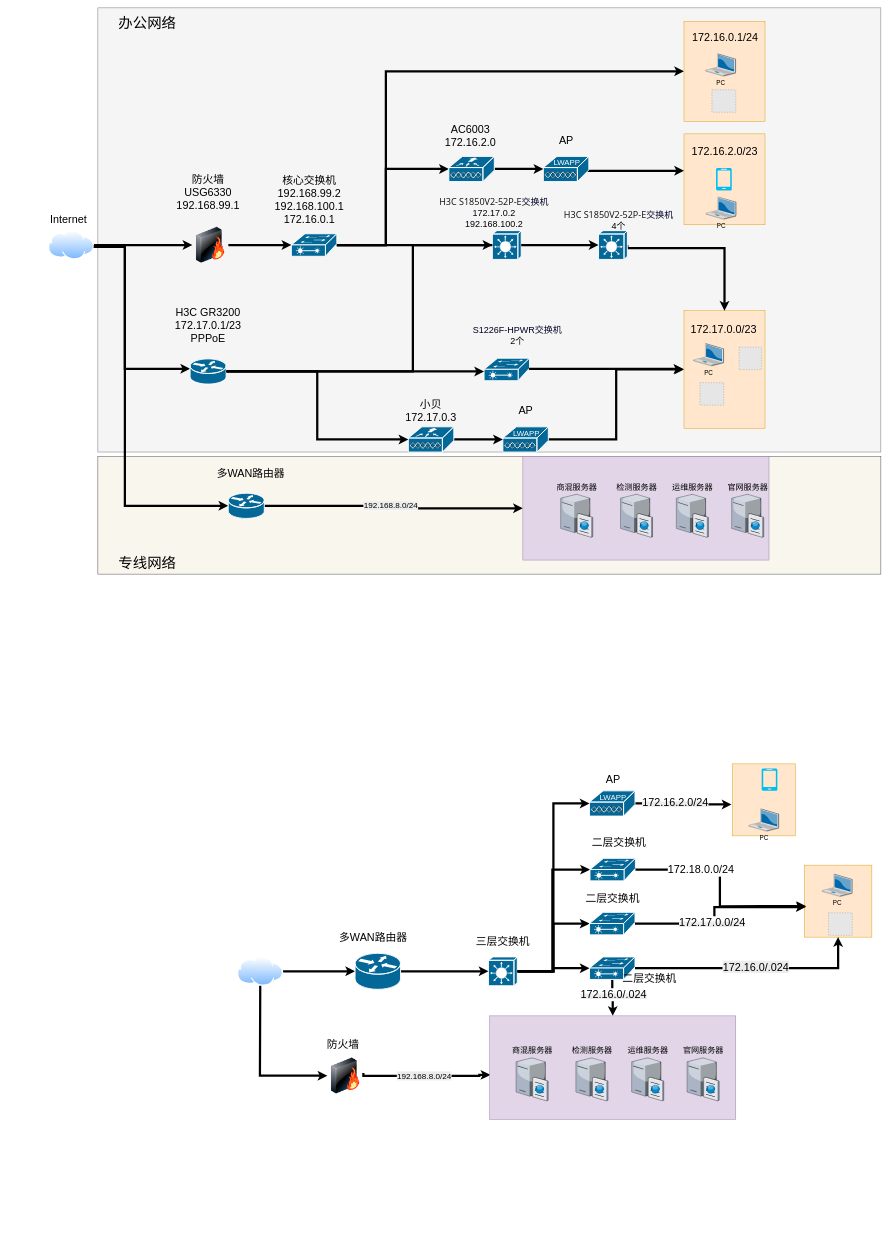
Above: 未命名绘图.drawio in NewStart2019/cardiac-segmentation (draw.io), before the change. Source tidied: cells renumbered, new cells numbered last; positions are measured from the earlier drawing's top-left corner, leaving out a move shared by most shapes. Both pictures are drawn from the tidied source at 45%, with x=0, y=0 at pixel (48, 8). Pictures stored in the file or linked from it are replaced by grey dashed boxes.
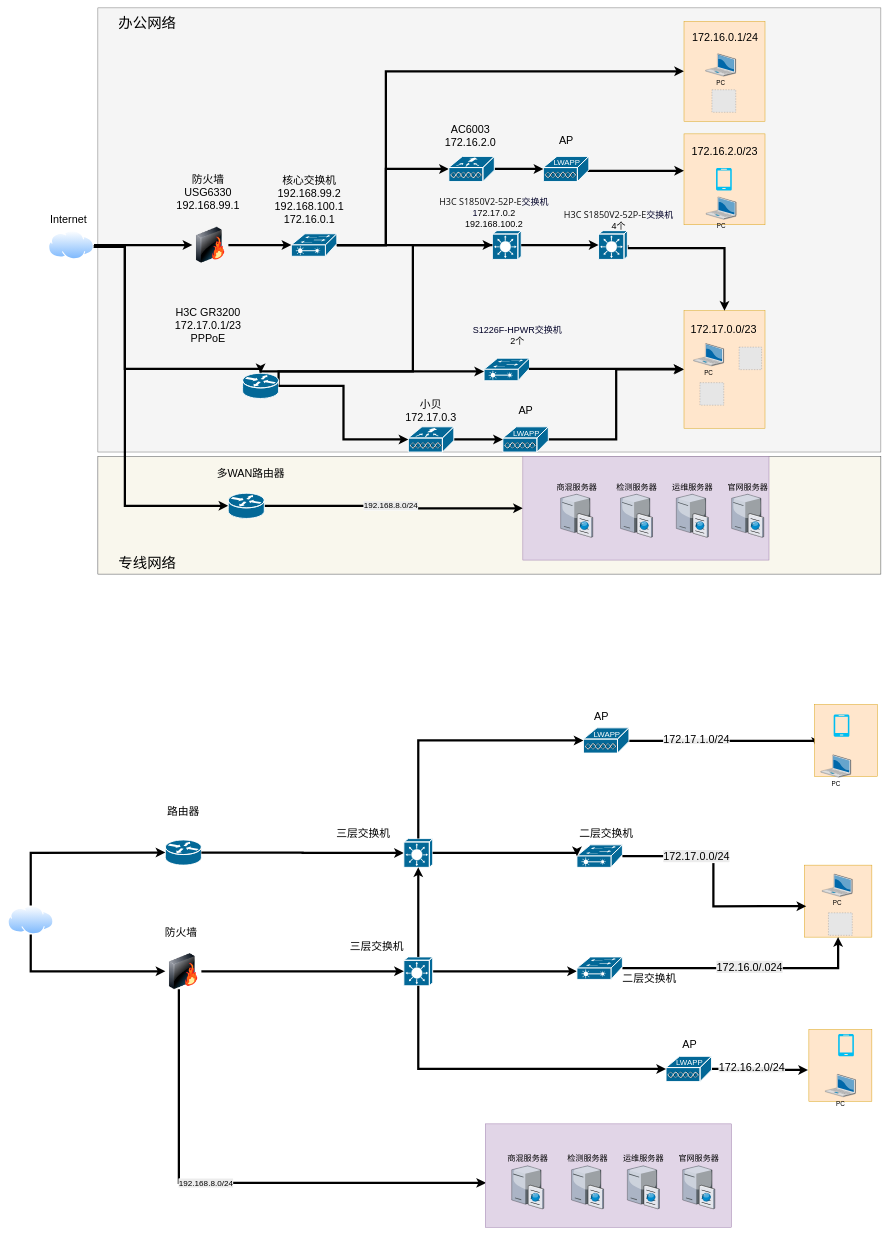
The same page after the edit.

Commit message:
未命名绘图.drawio

The change refers to these unchanged cells:
```xml
<mxCell id="41" style="whiteSpace=wrap;html=1;fillColor=#ffe6cc;strokeColor=#d79b00;" parent="1" vertex="1">
  <mxGeometry x="1680" y="1905" width="150" height="160" as="geometry" />
</mxCell>
<mxCell id="77" style="edgeStyle=orthogonalEdgeStyle;rounded=0;jettySize=auto;html=1;entryX=0.028;entryY=0.571;entryDx=0;entryDy=0;entryPerimeter=0;strokeWidth=5;" parent="1" edge="1" source="73" target="41">
  <mxGeometry relative="1" as="geometry" />
</mxCell>
```

Change to the diagram source:
```diff
@@
-    <mxCell id="35" style="edgeStyle=orthogonalEdgeStyle;rounded=0;jettySize=auto;html=1;strokeWidth=5;entryX=0;entryY=0.5;entryDx=0;entryDy=0;exitX=0.5;exitY=1;exitDx=0;exitDy=0;" parent="1" edge="1" source="36" target="42">
+    <mxCell id="35" style="edgeStyle=orthogonalEdgeStyle;rounded=0;jettySize=auto;html=1;entryX=0;entryY=0.5;entryDx=0;entryDy=0;defaultLabelBackgroundColor=page;strokeWidth=5;" parent="1" edge="1" source="36" target="42">
       <mxGeometry relative="1" as="geometry">
         <Array as="points">
-          <mxPoint x="470.8" y="2179.1" />
-          <mxPoint x="470.1" y="2500" />
+          <mxPoint x="-39.2" y="2141" />
         </Array>
       </mxGeometry>
     </mxCell>
     <mxCell id="36" style="perimeter=ellipsePerimeter;html=1;align=center;shadow=0;dashed=0;spacingTop=3;image;image=img/lib/active_directory/internet_cloud.svg;fontSize=18;" parent="1" vertex="1">
-      <mxGeometry x="420" y="2109" width="101.6" height="64" as="geometry" />
+      <mxGeometry x="-90" y="1995" width="101.6" height="64" as="geometry" />
     </mxCell>
@@
-    <mxCell id="39" style="edgeStyle=orthogonalEdgeStyle;rounded=0;jettySize=auto;html=1;strokeWidth=5;entryX=0;entryY=0.5;entryDx=0;entryDy=0;entryPerimeter=0;" parent="1" edge="1" source="36" target="61">
-      <mxGeometry relative="1" as="geometry">
-        <Array as="points">
-          <mxPoint x="650" y="2141" />
-          <mxPoint x="650" y="2141" />
-        </Array>
-      </mxGeometry>
-    </mxCell>
     <mxCell id="40" value="&lt;span style=&quot;font-size: 24px;&quot;&gt;防火墙&lt;/span&gt;" style="text;html=1;whiteSpace=wrap;strokeColor=none;fillColor=none;align=center;verticalAlign=middle;rounded=0;" parent="1" vertex="1">
-      <mxGeometry x="610" y="2290" width="90" height="30" as="geometry" />
+      <mxGeometry x="250" y="2041" width="90" height="30" as="geometry" />
     </mxCell>
@@
     <mxCell id="42" style="image;html=1;image=img/lib/clip_art/networking/Firewall-page1_128x128.png;" parent="1" vertex="1">
-      <mxGeometry x="620" y="2333" width="80" height="80" as="geometry" />
+      <mxGeometry x="260" y="2101" width="80" height="80" as="geometry" />
     </mxCell>
-    <mxCell id="43" style="edgeStyle=orthogonalEdgeStyle;rounded=0;jettySize=auto;html=1;entryX=0;entryY=0.5;entryDx=0;entryDy=0;entryPerimeter=0;strokeWidth=5;" parent="1" edge="1" source="45" target="48">
-      <mxGeometry relative="1" as="geometry" />
-    </mxCell>
     <mxCell id="44" style="edgeStyle=orthogonalEdgeStyle;rounded=0;jettySize=auto;html=1;strokeWidth=5;" parent="1" edge="1" source="45" target="51">
-      <mxGeometry relative="1" as="geometry" />
+      <mxGeometry relative="1" as="geometry">
+        <Array as="points">
+          <mxPoint x="1090" y="2141" />
+          <mxPoint x="1090" y="2141" />
+        </Array>
+      </mxGeometry>
     </mxCell>
     <mxCell id="45" style="strokeColor=#ffffff;sketch=0;html=1;dashed=0;fillColor=#036897;strokeWidth=2;verticalLabelPosition=bottom;verticalAlign=top;align=center;outlineConnect=0;shape=mxgraph.cisco.switches.layer_3_switch;" parent="1" vertex="1">
-      <mxGeometry x="978" y="2109" width="64" height="64" as="geometry" />
+      <mxGeometry x="790" y="2109" width="64" height="64" as="geometry" />
     </mxCell>
@@
-    <mxCell id="48" style="strokeColor=#ffffff;sketch=0;html=1;dashed=0;fillColor=#036897;strokeWidth=2;verticalLabelPosition=bottom;verticalAlign=top;align=center;outlineConnect=0;shape=mxgraph.cisco.switches.layer_2_remote_switch;" parent="1" vertex="1">
-      <mxGeometry x="1202.6" y="2010" width="101" height="50" as="geometry" />
-    </mxCell>
-    <mxCell id="49" style="edgeStyle=orthogonalEdgeStyle;rounded=0;jettySize=auto;html=1;strokeWidth=5;" parent="1" edge="1" source="51" target="62">
-      <mxGeometry relative="1" as="geometry" />
-    </mxCell>
-    <mxCell id="50" value="&lt;span style=&quot;white-space: normal; background-color: rgb(236, 236, 236);&quot;&gt;&lt;font style=&quot;font-size: 24px;&quot;&gt;172.16.0/.024&lt;/font&gt;&lt;/span&gt;" style="edgeLabel;html=1;align=center;verticalAlign=middle;" parent="49" vertex="1">
-      <mxGeometry x="-0.19" y="2" relative="1" as="geometry" />
-    </mxCell>
     <mxCell id="51" style="strokeColor=#ffffff;sketch=0;html=1;dashed=0;fillColor=#036897;strokeWidth=2;verticalLabelPosition=bottom;verticalAlign=top;align=center;outlineConnect=0;shape=mxgraph.cisco.switches.layer_2_remote_switch;" parent="1" vertex="1">
-      <mxGeometry x="1202.6" y="2109" width="101" height="50" as="geometry" />
+      <mxGeometry x="1174.6" y="2109" width="101" height="50" as="geometry" />
     </mxCell>
-    <mxCell id="52" style="edgeStyle=orthogonalEdgeStyle;rounded=0;jettySize=auto;html=1;entryX=0;entryY=0.5;entryDx=0;entryDy=0;entryPerimeter=0;strokeWidth=5;" parent="1" edge="1" source="61" target="45">
+    <mxCell id="52" style="edgeStyle=orthogonalEdgeStyle;rounded=0;jettySize=auto;html=1;entryX=0;entryY=0.5;entryDx=0;entryDy=0;entryPerimeter=0;strokeWidth=5;exitX=1;exitY=0.5;exitDx=0;exitDy=0;" parent="1" edge="1" source="42" target="45">
       <mxGeometry relative="1" as="geometry" />
     </mxCell>
     <mxCell id="53" value="&lt;font style=&quot;font-size: 24px;&quot;&gt;三层交换机&lt;/font&gt;" style="text;html=1;whiteSpace=wrap;strokeColor=none;fillColor=none;align=center;verticalAlign=middle;rounded=0;" parent="1" vertex="1">
-      <mxGeometry x="940" y="2060" width="140" height="30" as="geometry" />
+      <mxGeometry x="660" y="2071" width="140" height="30" as="geometry" />
     </mxCell>
-    <mxCell id="54" value="&lt;font style=&quot;font-size: 24px;&quot;&gt;二层交换机&lt;/font&gt;" style="text;html=1;whiteSpace=wrap;strokeColor=none;fillColor=none;align=center;verticalAlign=middle;rounded=0;" parent="1" vertex="1">
-      <mxGeometry x="1190.1" y="1965" width="128" height="30" as="geometry" />
-    </mxCell>
     <mxCell id="55" style="whiteSpace=wrap;html=1;fillColor=#ffe6cc;strokeColor=#d79b00;" parent="1" vertex="1">
-      <mxGeometry x="1520" y="1680" width="140" height="160" as="geometry" />
+      <mxGeometry x="1690" y="2270" width="140" height="160" as="geometry" />
     </mxCell>
@@
     <mxCell id="57" style="verticalLabelPosition=bottom;html=1;verticalAlign=top;align=center;strokeColor=none;fillColor=#00BEF2;shape=mxgraph.azure.mobile;fontSize=18;" parent="1" vertex="1">
-      <mxGeometry x="1585" y="1690" width="35" height="50" as="geometry" />
+      <mxGeometry x="1755" y="2280" width="35" height="50" as="geometry" />
     </mxCell>
@@
-    <mxCell id="59" style="edgeStyle=orthogonalEdgeStyle;rounded=0;jettySize=auto;html=1;strokeWidth=5;entryX=0.003;entryY=0.57;entryDx=0;entryDy=0;entryPerimeter=0;exitX=1;exitY=0.424;exitDx=0;exitDy=0;exitPerimeter=0;" parent="1" edge="1" source="42" target="62">
-      <mxGeometry relative="1" as="geometry">
+    <mxCell id="59" style="edgeStyle=orthogonalEdgeStyle;rounded=0;jettySize=auto;html=1;strokeWidth=5;entryX=0.003;entryY=0.57;entryDx=0;entryDy=0;entryPerimeter=0;" parent="1" edge="1" source="42" target="62">
+      <mxGeometry x="-0.09" relative="1" as="geometry">
         <Array as="points">
-          <mxPoint x="700" y="2373.1" />
-          <mxPoint x="957.6" y="2373.1" />
+          <mxPoint x="290" y="2611.1" />
         </Array>
       </mxGeometry>
     </mxCell>
     <mxCell id="60" value="&lt;span style=&quot;font-size: 18px; white-space: normal; background-color: rgb(236, 236, 236);&quot;&gt;192.168.8.0/24&lt;/span&gt;" style="edgeLabel;html=1;align=center;verticalAlign=middle;" parent="59" vertex="1">
-      <mxGeometry x="-0.03" y="1" relative="1" as="geometry">
+      <mxGeometry x="-0.12" y="1" relative="1" as="geometry">
         <mxPoint y="1" as="offset" />
       </mxGeometry>
     </mxCell>
-    <mxCell id="61" style="strokeColor=#ffffff;sketch=0;html=1;dashed=0;fillColor=#036897;strokeWidth=2;verticalLabelPosition=bottom;verticalAlign=top;align=center;outlineConnect=0;shape=mxgraph.cisco.routers.router;" parent="1" vertex="1">
-      <mxGeometry x="681.6" y="2101" width="101" height="80" as="geometry" />
-    </mxCell>
     <mxCell id="62" style="whiteSpace=wrap;html=1;fillColor=#e1d5e7;strokeColor=#9673a6;" parent="1" vertex="1">
-      <mxGeometry x="980.6" y="2240" width="547" height="230" as="geometry" />
+      <mxGeometry x="971" y="2480" width="547" height="230" as="geometry" />
     </mxCell>
     <mxCell id="63" value="&lt;font style=&quot;font-size: 18px&quot;&gt;商混服务器&lt;/font&gt;" style="verticalLabelPosition=top;html=1;verticalAlign=bottom;strokeColor=none;shape=mxgraph.citrix.cache_server;fillColor=#66B2FF;gradientColor=#0066CC;fontSize=14;labelPosition=center;align=center;" parent="1" vertex="1">
-      <mxGeometry x="1039.2" y="2331" width="71" height="97.5" as="geometry" />
+      <mxGeometry x="1029.6" y="2571" width="71" height="97.5" as="geometry" />
     </mxCell>
     <mxCell id="64" value="&lt;font style=&quot;font-size: 18px&quot;&gt;检测服务器&lt;/font&gt;" style="verticalLabelPosition=top;html=1;verticalAlign=bottom;strokeColor=none;shape=mxgraph.citrix.cache_server;fillColor=#66B2FF;gradientColor=#0066CC;fontSize=14;labelPosition=center;align=center;" parent="1" vertex="1">
-      <mxGeometry x="1172.2" y="2331" width="71" height="97.5" as="geometry" />
+      <mxGeometry x="1162.6" y="2571" width="71" height="97.5" as="geometry" />
     </mxCell>
     <mxCell id="65" value="&lt;font style=&quot;font-size: 18px&quot;&gt;运维服务器&lt;/font&gt;" style="verticalLabelPosition=top;html=1;verticalAlign=bottom;strokeColor=none;shape=mxgraph.citrix.cache_server;fillColor=#66B2FF;gradientColor=#0066CC;fontSize=14;labelPosition=center;align=center;" parent="1" vertex="1">
-      <mxGeometry x="1296.2" y="2331" width="71" height="97.5" as="geometry" />
+      <mxGeometry x="1286.6" y="2571" width="71" height="97.5" as="geometry" />
     </mxCell>
     <mxCell id="66" value="&lt;font style=&quot;font-size: 18px&quot;&gt;官网服务器&lt;/font&gt;" style="verticalLabelPosition=top;html=1;verticalAlign=bottom;strokeColor=none;shape=mxgraph.citrix.cache_server;fillColor=#66B2FF;gradientColor=#0066CC;fontSize=14;labelPosition=center;align=center;" parent="1" vertex="1">
-      <mxGeometry x="1419.2" y="2331" width="71" height="97.5" as="geometry" />
+      <mxGeometry x="1409.6" y="2571" width="71" height="97.5" as="geometry" />
     </mxCell>
     <mxCell id="67" style="sketch=0;html=1;dashed=0;fillColor=#036897;strokeColor=#ffffff;strokeWidth=2;verticalLabelPosition=bottom;verticalAlign=top;align=center;outlineConnect=0;shape=mxgraph.cisco.misc.lightweight_ap;" parent="1" vertex="1">
-      <mxGeometry x="1202.6" y="1740" width="101" height="56" as="geometry" />
+      <mxGeometry x="1372.6" y="2330" width="101" height="56" as="geometry" />
     </mxCell>
-    <mxCell id="68" style="edgeStyle=orthogonalEdgeStyle;rounded=0;jettySize=auto;html=1;entryX=0;entryY=0.5;entryDx=0;entryDy=0;entryPerimeter=0;strokeWidth=5;" parent="1" edge="1" source="45" target="67">
-      <mxGeometry relative="1" as="geometry" />
+    <mxCell id="68" style="edgeStyle=orthogonalEdgeStyle;rounded=0;jettySize=auto;html=1;entryX=0;entryY=0.5;entryDx=0;entryDy=0;entryPerimeter=0;strokeWidth=5;exitX=0.5;exitY=1;exitDx=0;exitDy=0;exitPerimeter=0;" parent="1" edge="1" source="45" target="67">
+      <mxGeometry x="0.04" relative="1" as="geometry" />
     </mxCell>
     <mxCell id="69" value="PC" style="verticalLabelPosition=bottom;html=1;verticalAlign=top;strokeColor=none;shape=mxgraph.citrix.laptop_2;fillColor=#66B2FF;gradientColor=#0066CC;fontSize=14;" parent="1" vertex="1">
-      <mxGeometry x="1556.5" y="1780" width="67" height="50" as="geometry" />
+      <mxGeometry x="1726.5" y="2370" width="67" height="50" as="geometry" />
     </mxCell>
     <mxCell id="70" value="&lt;font style=&quot;font-size: 24px;&quot;&gt;AP&lt;/font&gt;" style="text;html=1;whiteSpace=wrap;strokeColor=none;fillColor=none;align=center;verticalAlign=middle;rounded=0;" parent="1" vertex="1">
-      <mxGeometry x="1224.6" y="1700" width="60" height="30" as="geometry" />
+      <mxGeometry x="1394.6" y="2290" width="60" height="30" as="geometry" />
     </mxCell>
-    <mxCell id="71" style="edgeStyle=orthogonalEdgeStyle;rounded=0;jettySize=auto;html=1;strokeWidth=5;exitX=1;exitY=0.5;exitDx=0;exitDy=0;exitPerimeter=0;entryX=0.021;entryY=0.583;entryDx=0;entryDy=0;entryPerimeter=0;" parent="1" edge="1" source="48" target="41">
-      <mxGeometry relative="1" as="geometry">
-        <Array as="points">
-          <mxPoint x="1480" y="2034.9" />
-          <mxPoint x="1480" y="1998.3" />
-        </Array>
-      </mxGeometry>
-    </mxCell>
-    <mxCell id="72" value="&lt;span style=&quot;white-space: normal; background-color: rgb(236, 236, 236);&quot;&gt;&lt;font style=&quot;font-size: 24px;&quot;&gt;172.17.0.0/24&lt;/font&gt;&lt;/span&gt;" style="edgeLabel;html=1;align=center;verticalAlign=middle;" parent="71" vertex="1">
-      <mxGeometry x="-0.18" y="3" relative="1" as="geometry" />
-    </mxCell>
     <mxCell id="73" style="strokeColor=#ffffff;sketch=0;html=1;dashed=0;fillColor=#036897;strokeWidth=2;verticalLabelPosition=bottom;verticalAlign=top;align=center;outlineConnect=0;shape=mxgraph.cisco.switches.layer_2_remote_switch;" parent="1" vertex="1">
-      <mxGeometry x="1203.6" y="1890" width="101" height="50" as="geometry" />
+      <mxGeometry x="1174.6" y="1860" width="101" height="50" as="geometry" />
     </mxCell>
     <mxCell id="74" value="&lt;font style=&quot;font-size: 24px;&quot;&gt;二层交换机&lt;/font&gt;" style="text;html=1;whiteSpace=wrap;strokeColor=none;fillColor=none;align=center;verticalAlign=middle;rounded=0;" parent="1" vertex="1">
-      <mxGeometry x="1203.6" y="1840" width="128" height="30" as="geometry" />
+      <mxGeometry x="1175.6" y="1830" width="128" height="10" as="geometry" />
     </mxCell>
-    <mxCell id="75" style="edgeStyle=orthogonalEdgeStyle;rounded=0;jettySize=auto;html=1;strokeWidth=5;entryX=0;entryY=0.5;entryDx=0;entryDy=0;entryPerimeter=0;exitX=1;exitY=0.5;exitDx=0;exitDy=0;exitPerimeter=0;" parent="1" edge="1" source="45" target="73">
-      <mxGeometry relative="1" as="geometry">
-        <Array as="points">
-          <mxPoint x="1120" y="2141.1" />
-          <mxPoint x="1120" y="1915.1" />
-        </Array>
-      </mxGeometry>
-    </mxCell>
@@
-    <mxCell id="78" value="&lt;font style=&quot;font-size: 24px;&quot;&gt;172.18.0.0/24&lt;/font&gt;" style="edgeLabel;html=1;align=center;verticalAlign=middle;" parent="77" vertex="1">
+    <mxCell id="78" value="&lt;span style=&quot;font-size: 24px; white-space: normal; background-color: rgb(236, 236, 236);&quot;&gt;172.17.0.0/24&lt;/span&gt;" style="edgeLabel;html=1;align=center;verticalAlign=middle;" parent="77" vertex="1">
       <mxGeometry x="-0.37" relative="1" as="geometry" />
     </mxCell>
-    <mxCell id="79" value="&lt;font style=&quot;font-size: 24px;&quot;&gt;多WAN路由器&lt;/font&gt;" style="text;html=1;whiteSpace=wrap;strokeColor=none;fillColor=none;align=center;verticalAlign=middle;rounded=0;" parent="1" vertex="1">
-      <mxGeometry x="642.1" y="2050" width="160" height="30" as="geometry" />
-    </mxCell>
@@
     <mxCell id="81" style="strokeColor=#ffffff;sketch=0;html=1;dashed=0;fillColor=#036897;strokeWidth=2;verticalLabelPosition=bottom;verticalAlign=top;align=center;outlineConnect=0;shape=mxgraph.cisco.routers.router;" parent="1" vertex="1">
-      <mxGeometry x="315" y="780" width="80" height="56" as="geometry" />
+      <mxGeometry x="431.6" y="812" width="80" height="56" as="geometry" />
     </mxCell>
@@
+    <mxCell id="113" style="strokeColor=#ffffff;sketch=0;html=1;dashed=0;fillColor=#036897;strokeWidth=2;verticalLabelPosition=bottom;verticalAlign=top;align=center;outlineConnect=0;shape=mxgraph.cisco.routers.router;labelPerimeter=1;" parent="1" vertex="1">
+      <mxGeometry x="260" y="1849" width="80" height="56" as="geometry" />
+    </mxCell>
+    <mxCell id="114" style="edgeStyle=orthogonalEdgeStyle;rounded=0;jettySize=auto;html=1;entryX=0;entryY=0.5;entryDx=0;entryDy=0;entryPerimeter=0;defaultLabelBackgroundColor=page;strokeWidth=5;" parent="1" edge="1" source="36" target="113">
+      <mxGeometry relative="1" as="geometry">
+        <Array as="points">
+          <mxPoint x="-39.2" y="1878" />
+        </Array>
+      </mxGeometry>
+    </mxCell>
+    <mxCell id="115" style="edgeStyle=orthogonalEdgeStyle;rounded=0;jettySize=auto;html=1;entryX=0;entryY=0.5;entryDx=0;entryDy=0;entryPerimeter=0;defaultLabelBackgroundColor=page;strokeWidth=5;" parent="1" edge="1" source="113" target="116">
+      <mxGeometry relative="1" as="geometry" />
+    </mxCell>
+    <mxCell id="116" style="strokeColor=#ffffff;sketch=0;html=1;dashed=0;fillColor=#036897;strokeWidth=2;verticalLabelPosition=bottom;verticalAlign=top;align=center;outlineConnect=0;shape=mxgraph.cisco.switches.layer_3_switch;" parent="1" vertex="1">
+      <mxGeometry x="790" y="1846" width="64" height="64" as="geometry" />
+    </mxCell>
+    <mxCell id="117" style="edgeStyle=orthogonalEdgeStyle;rounded=0;jettySize=auto;html=1;entryX=0.5;entryY=1;entryDx=0;entryDy=0;entryPerimeter=0;defaultLabelBackgroundColor=page;strokeWidth=5;" parent="1" edge="1" source="45" target="116">
+      <mxGeometry relative="1" as="geometry" />
+    </mxCell>
+    <mxCell id="118" value="&lt;font style=&quot;font-size: 24px;&quot;&gt;三层交换机&lt;/font&gt;" style="text;html=1;whiteSpace=wrap;strokeColor=none;fillColor=none;align=center;verticalAlign=middle;rounded=0;" parent="1" vertex="1">
+      <mxGeometry x="630" y="1820" width="140" height="30" as="geometry" />
+    </mxCell>
+    <mxCell id="119" style="edgeStyle=orthogonalEdgeStyle;rounded=0;jettySize=auto;html=1;entryX=0;entryY=0.5;entryDx=0;entryDy=0;entryPerimeter=0;defaultLabelBackgroundColor=page;strokeWidth=5;" parent="1" edge="1" source="116" target="73">
+      <mxGeometry relative="1" as="geometry">
+        <Array as="points">
+          <mxPoint x="1174.6" y="1878" />
+        </Array>
+      </mxGeometry>
+    </mxCell>
+    <mxCell id="120" style="edgeStyle=orthogonalEdgeStyle;rounded=0;jettySize=auto;html=1;entryX=0.026;entryY=0.59;entryDx=0;entryDy=0;strokeWidth=5;exitX=1;exitY=0.5;exitDx=0;exitDy=0;exitPerimeter=0;entryPerimeter=0;" parent="1" edge="1" target="122">
+      <mxGeometry x="-0.07" relative="1" as="geometry">
+        <mxPoint x="1267.2" y="1628.9" as="sourcePoint" />
+        <Array as="points">
+          <mxPoint x="1706.1" y="1629" />
+        </Array>
+      </mxGeometry>
+    </mxCell>
+    <mxCell id="121" value="&lt;span style=&quot;white-space: normal; background-color: rgb(236, 236, 236);&quot;&gt;&lt;font style=&quot;font-size: 24px;&quot;&gt;172.17.1.0/24&lt;/font&gt;&lt;/span&gt;" style="edgeLabel;html=1;align=center;verticalAlign=middle;" parent="120" vertex="1">
+      <mxGeometry x="-0.24" y="3" relative="1" as="geometry" />
+    </mxCell>
+    <mxCell id="122" style="whiteSpace=wrap;html=1;fillColor=#ffe6cc;strokeColor=#d79b00;" parent="1" vertex="1">
+      <mxGeometry x="1702.5" y="1548" width="140" height="160" as="geometry" />
+    </mxCell>
+    <mxCell id="123" style="verticalLabelPosition=bottom;html=1;verticalAlign=top;align=center;strokeColor=none;fillColor=#00BEF2;shape=mxgraph.azure.mobile;fontSize=18;" parent="1" vertex="1">
+      <mxGeometry x="1745" y="1570" width="35" height="50" as="geometry" />
+    </mxCell>
+    <mxCell id="124" style="sketch=0;html=1;dashed=0;fillColor=#036897;strokeColor=#ffffff;strokeWidth=2;verticalLabelPosition=bottom;verticalAlign=top;align=center;outlineConnect=0;shape=mxgraph.cisco.misc.lightweight_ap;" parent="1" vertex="1">
+      <mxGeometry x="1189.1" y="1600" width="101" height="56" as="geometry" />
+    </mxCell>
+    <mxCell id="125" value="PC" style="verticalLabelPosition=bottom;html=1;verticalAlign=top;strokeColor=none;shape=mxgraph.citrix.laptop_2;fillColor=#66B2FF;gradientColor=#0066CC;fontSize=14;" parent="1" vertex="1">
+      <mxGeometry x="1716.5" y="1660" width="67" height="50" as="geometry" />
+    </mxCell>
+    <mxCell id="126" value="&lt;font style=&quot;font-size: 24px;&quot;&gt;AP&lt;/font&gt;" style="text;html=1;whiteSpace=wrap;strokeColor=none;fillColor=none;align=center;verticalAlign=middle;rounded=0;" parent="1" vertex="1">
+      <mxGeometry x="1199" y="1560" width="60" height="30" as="geometry" />
+    </mxCell>
+    <mxCell id="127" style="edgeStyle=orthogonalEdgeStyle;rounded=0;jettySize=auto;html=1;entryX=0;entryY=0.5;entryDx=0;entryDy=0;entryPerimeter=0;defaultLabelBackgroundColor=page;strokeWidth=5;" parent="1" edge="1" source="116" target="124">
+      <mxGeometry relative="1" as="geometry">
+        <Array as="points">
+          <mxPoint x="822" y="1628" />
+        </Array>
+      </mxGeometry>
+    </mxCell>
+    <mxCell id="128" value="&lt;span style=&quot;font-size: 24px;&quot;&gt;路由器&lt;/span&gt;" style="text;html=1;whiteSpace=wrap;strokeColor=none;fillColor=none;align=center;verticalAlign=middle;rounded=0;" parent="1" vertex="1">
+      <mxGeometry x="255" y="1770" width="90" height="30" as="geometry" />
+    </mxCell>
```
